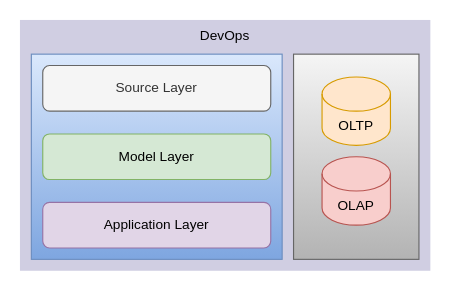
Earlier version of the draw.io diagram page "bi-service-devops-architecture" (2 of 3) of doc/img/bi-service-architecture.drawio (eastmoon/business-intelligence-service-architecture). Source tidied: cells renumbered, new cells numbered last; positions are measured from the earlier drawing's top-left corner, leaving out a move shared by most shapes. Both pictures are drawn from the tidied source at 114%, with x=0, y=0 at pixel (19, 19).
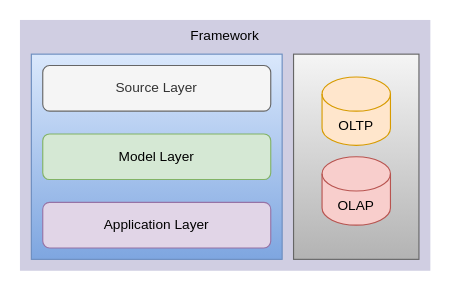
After the change.

Diff of the diagram source:
```diff
@@
 <mxGraphModel>
   <root>
     <mxCell id="0" />
     <mxCell id="1" parent="0" />
-    <mxCell id="2" value="DevOps" style="rounded=0;whiteSpace=wrap;html=1;verticalAlign=top;fillColor=#d0cee2;strokeColor=none;" parent="1" vertex="1">
+    <mxCell id="2" value="Framework" style="rounded=0;whiteSpace=wrap;html=1;verticalAlign=top;fillColor=#d0cee2;strokeColor=none;" parent="1" vertex="1">
       <mxGeometry width="360" height="220" as="geometry" />
     </mxCell>
     <mxCell id="3" style="rounded=0;whiteSpace=wrap;html=1;fillColor=#dae8fc;gradientColor=#7ea6e0;strokeColor=#6c8ebf;" parent="1" vertex="1">
       <mxGeometry x="10" y="30" width="220" height="180" as="geometry" />
     </mxCell>
     <mxCell id="4" value="&lt;span style=&quot;font-size: 12px&quot;&gt;Source Layer&lt;/span&gt;" style="rounded=1;whiteSpace=wrap;html=1;fontSize=6;fillColor=#f5f5f5;strokeColor=#666666;fontColor=#333333;horizontal=1;verticalAlign=middle;" parent="1" vertex="1">
       <mxGeometry x="20" y="40" width="200" height="40" as="geometry" />
     </mxCell>
     <mxCell id="5" value="&lt;span style=&quot;font-size: 12px&quot;&gt;Model Layer&lt;/span&gt;" style="rounded=1;whiteSpace=wrap;html=1;fontSize=6;fillColor=#d5e8d4;strokeColor=#82b366;verticalAlign=middle;" parent="1" vertex="1">
       <mxGeometry x="20" y="100" width="200" height="40" as="geometry" />
     </mxCell>
     <mxCell id="6" value="&lt;span style=&quot;font-size: 12px&quot;&gt;Application Layer&lt;/span&gt;" style="rounded=1;whiteSpace=wrap;html=1;fontSize=6;fillColor=#e1d5e7;strokeColor=#9673a6;verticalAlign=middle;" parent="1" vertex="1">
       <mxGeometry x="20" y="160" width="200" height="40" as="geometry" />
     </mxCell>
     <mxCell id="7" style="rounded=0;whiteSpace=wrap;html=1;fillColor=#f5f5f5;gradientColor=#b3b3b3;strokeColor=#666666;" parent="1" vertex="1">
       <mxGeometry x="240" y="30" width="110" height="180" as="geometry" />
     </mxCell>
     <mxCell id="8" value="OLTP" style="shape=cylinder3;whiteSpace=wrap;html=1;boundedLbl=1;backgroundOutline=1;size=15;rounded=0;fillColor=#ffe6cc;strokeColor=#d79b00;" parent="1" vertex="1">
       <mxGeometry x="265" y="50" width="60" height="60" as="geometry" />
     </mxCell>
     <mxCell id="9" value="OLAP" style="shape=cylinder3;whiteSpace=wrap;html=1;boundedLbl=1;backgroundOutline=1;size=15;rounded=0;fillColor=#f8cecc;strokeColor=#b85450;" parent="1" vertex="1">
       <mxGeometry x="265" y="120" width="60" height="60" as="geometry" />
     </mxCell>
   </root>
 </mxGraphModel>
```
